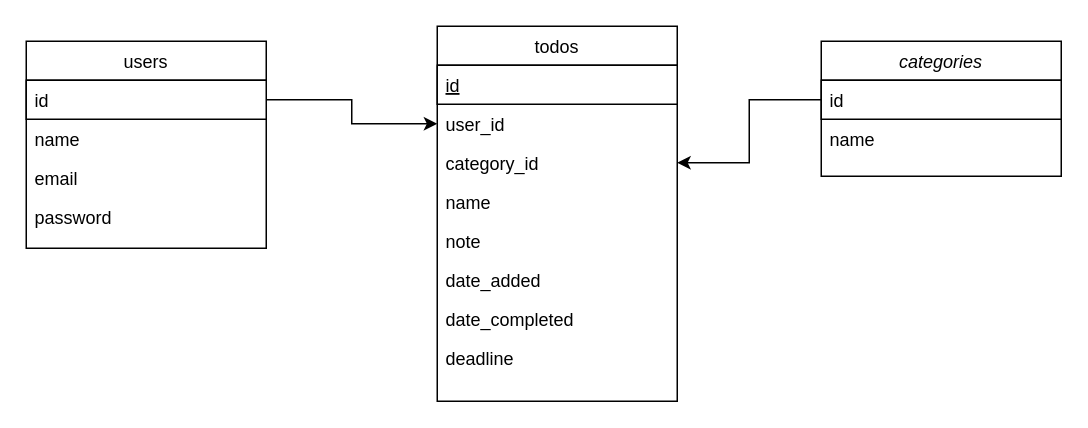
This is planning/Untitled Diagram.drawio from TeyyaM/gitToDo, a draw.io file, before an edit. Source tidied: cells renumbered, new cells numbered last; positions are measured from the earlier drawing's top-left corner, leaving out a move shared by most shapes. Both pictures are drawn from the tidied source at 150%, with x=0, y=0 at pixel (26, 26).
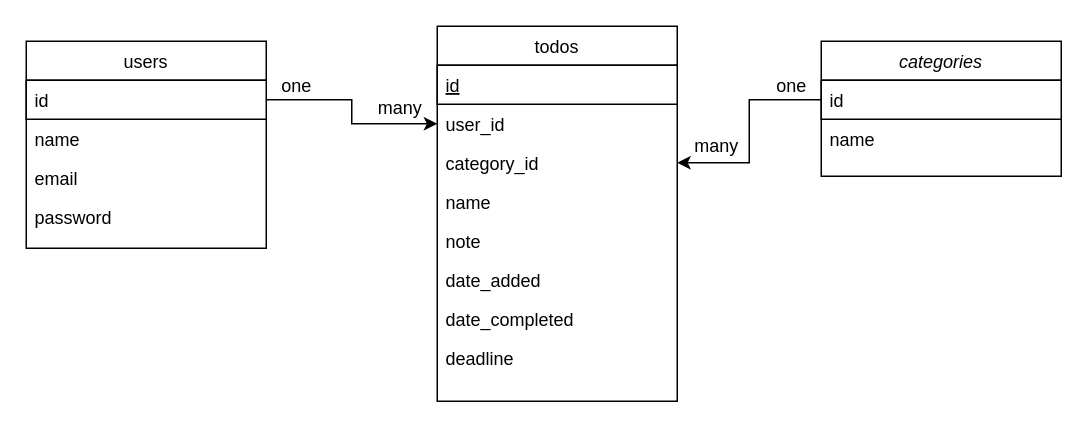
The same page after the edit.

What changed in the source:
```diff
@@
+    <mxCell id="21" value="one" style="text;html=1;align=center;verticalAlign=middle;" parent="1" vertex="1">
+      <mxGeometry x="160" y="30" width="40" height="20" as="geometry" />
+    </mxCell>
+    <mxCell id="22" value="many" style="text;html=1;align=center;verticalAlign=middle;" parent="1" vertex="1">
+      <mxGeometry x="224" y="45" width="50" height="20" as="geometry" />
+    </mxCell>
+    <mxCell id="23" value="one" style="text;html=1;align=center;verticalAlign=middle;" parent="1" vertex="1">
+      <mxGeometry x="490" y="30" width="40" height="20" as="geometry" />
+    </mxCell>
+    <mxCell id="24" value="many&lt;br&gt;" style="text;html=1;align=center;verticalAlign=middle;" parent="1" vertex="1">
+      <mxGeometry x="435" y="70" width="50" height="20" as="geometry" />
+    </mxCell>
```
